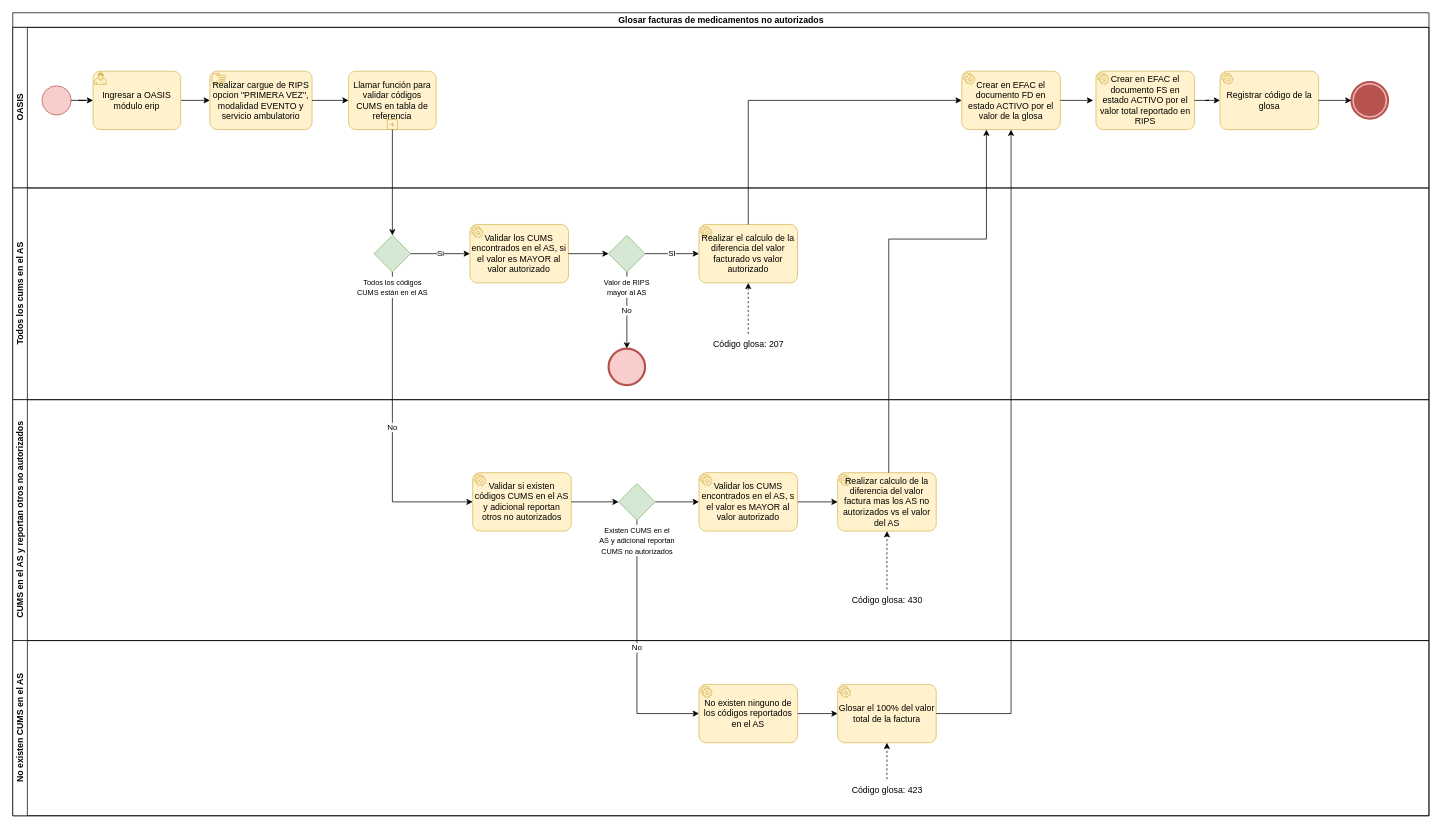
This is Rips con fecha de prestación dentro de 3 años.drawio from kevinjporto/Diagramas-de-procesos, a draw.io file, before an edit. Source tidied: cells renumbered, new cells numbered last; positions are measured from the earlier drawing's top-left corner, leaving out a move shared by most shapes. Both pictures are drawn from the tidied source at 73%, with x=0, y=0 at pixel (12, 12).
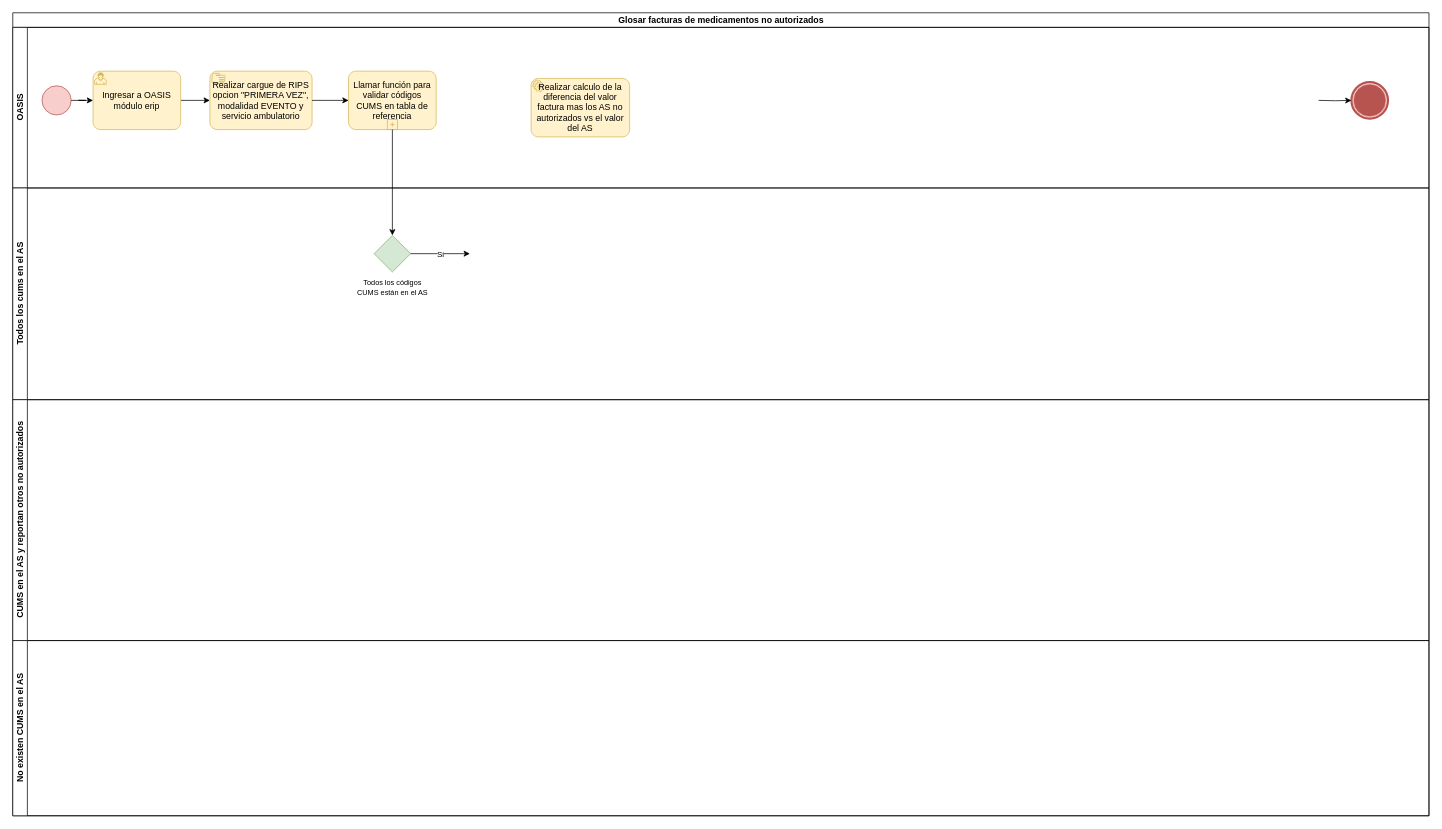
The same diagram, later.

Unchanged cells that the change refers to:
```xml
<mxCell id="2" value="Glosar facturas de medicamentos no autorizados" style="swimlane;horizontal=1;startSize=20;html=1;" parent="1" vertex="1">
  <mxGeometry width="1940" height="1100" as="geometry" />
</mxCell>
<mxCell id="5" value="OASIS" style="swimlane;startSize=20;horizontal=0;html=1;" parent="2" vertex="1">
  <mxGeometry y="20" width="1940" height="220" as="geometry" />
</mxCell>
<mxCell id="18" style="points=[[0.145,0.145,0],[0.5,0,0],[0.855,0.145,0],[1,0.5,0],[0.855,0.855,0],[0.5,1,0],[0.145,0.855,0],[0,0.5,0]];shape=mxgraph.bpmn.event;html=1;verticalLabelPosition=bottom;labelBackgroundColor=#ffffff;verticalAlign=top;align=center;perimeter=ellipsePerimeter;outlineConnect=0;outline=end;symbol=terminate;fillColor=#f8cecc;strokeColor=#b85450;" parent="5" vertex="1">
  <mxGeometry x="1833.8" y="75" width="50" height="50" as="geometry" />
</mxCell>
<mxCell id="20" value="Todos los cums en el AS" style="swimlane;startSize=20;horizontal=0;html=1;" parent="2" vertex="1">
  <mxGeometry y="240" width="1940" height="290" as="geometry" />
</mxCell>
<mxCell id="21" value="&lt;font size=&quot;1&quot;&gt;Todos los códigos&lt;br&gt;CUMS están&amp;nbsp;en el AS&lt;br&gt;&lt;/font&gt;" style="points=[[0.25,0.25,0],[0.5,0,0],[0.75,0.25,0],[1,0.5,0],[0.75,0.75,0],[0.5,1,0],[0.25,0.75,0],[0,0.5,0]];shape=mxgraph.bpmn.gateway2;html=1;verticalLabelPosition=bottom;labelBackgroundColor=#ffffff;verticalAlign=top;align=center;perimeter=rhombusPerimeter;outlineConnect=0;outline=none;symbol=none;fillColor=#d5e8d4;strokeColor=#82b366;" parent="20" vertex="1">
  <mxGeometry x="495" y="65" width="50" height="50" as="geometry" />
</mxCell>
<mxCell id="32" value="CUMS en el AS y reportan otros no autorizados" style="swimlane;startSize=20;horizontal=0;html=1;" parent="2" vertex="1">
  <mxGeometry y="530" width="1940" height="330" as="geometry" />
</mxCell>
<mxCell id="42" value="No existen CUMS en el AS" style="swimlane;startSize=20;horizontal=0;html=1;" parent="2" vertex="1">
  <mxGeometry y="860" width="1940" height="240" as="geometry" />
</mxCell>
```

What changed in the source:
```diff
@@
-    <mxCell id="3" value="No" style="edgeStyle=orthogonalEdgeStyle;rounded=0;jettySize=auto;html=1;entryX=0;entryY=0.5;entryDx=0;entryDy=0;entryPerimeter=0;" parent="2" edge="1" source="21" target="33">
-      <mxGeometry relative="1" as="geometry">
-        <Array as="points">
-          <mxPoint x="520" y="670" />
-        </Array>
-      </mxGeometry>
-    </mxCell>
-    <mxCell id="4" value="No" style="edgeStyle=orthogonalEdgeStyle;rounded=0;jettySize=auto;html=1;" parent="2" edge="1" source="35" target="44">
-      <mxGeometry relative="1" as="geometry">
-        <Array as="points">
-          <mxPoint x="855" y="960" />
-        </Array>
-      </mxGeometry>
-    </mxCell>
@@
-    <mxCell id="13" value="Crear en EFAC el documento FD en estado ACTIVO por el valor de la glosa" style="points=[[0.25,0,0],[0.5,0,0],[0.75,0,0],[1,0.25,0],[1,0.5,0],[1,0.75,0],[0.75,1,0],[0.5,1,0],[0.25,1,0],[0,0.75,0],[0,0.5,0],[0,0.25,0]];shape=mxgraph.bpmn.task;whiteSpace=wrap;rectStyle=rounded;size=10;html=1;taskMarker=service;fillColor=#fff2cc;strokeColor=#d6b656;" parent="5" vertex="1">
-      <mxGeometry x="1300" y="60" width="135" height="80" as="geometry" />
-    </mxCell>
-    <mxCell id="14" value="Crear en EFAC el documento FS en estado ACTIVO por el valor total reportado en RIPS" style="points=[[0.25,0,0],[0.5,0,0],[0.75,0,0],[1,0.25,0],[1,0.5,0],[1,0.75,0],[0.75,1,0],[0.5,1,0],[0.25,1,0],[0,0.75,0],[0,0.5,0],[0,0.25,0]];shape=mxgraph.bpmn.task;whiteSpace=wrap;rectStyle=rounded;size=10;html=1;taskMarker=service;fillColor=#fff2cc;strokeColor=#d6b656;" parent="5" vertex="1">
-      <mxGeometry x="1483.8" y="60" width="135" height="80" as="geometry" />
-    </mxCell>
-    <mxCell id="15" style="edgeStyle=orthogonalEdgeStyle;rounded=0;jettySize=auto;html=1;" parent="5" edge="1" source="13">
-      <mxGeometry relative="1" as="geometry">
-        <mxPoint x="1480" y="100" as="targetPoint" />
-      </mxGeometry>
-    </mxCell>
-    <mxCell id="16" value="Registrar código de la glosa" style="points=[[0.25,0,0],[0.5,0,0],[0.75,0,0],[1,0.25,0],[1,0.5,0],[1,0.75,0],[0.75,1,0],[0.5,1,0],[0.25,1,0],[0,0.75,0],[0,0.5,0],[0,0.25,0]];shape=mxgraph.bpmn.task;whiteSpace=wrap;rectStyle=rounded;size=10;html=1;taskMarker=service;fillColor=#fff2cc;strokeColor=#d6b656;" parent="5" vertex="1">
-      <mxGeometry x="1653.8" y="60" width="135" height="80" as="geometry" />
-    </mxCell>
-    <mxCell id="17" style="edgeStyle=orthogonalEdgeStyle;rounded=0;jettySize=auto;html=1;entryX=0;entryY=0.5;entryDx=0;entryDy=0;entryPerimeter=0;" parent="5" edge="1" source="14" target="16">
-      <mxGeometry relative="1" as="geometry" />
-    </mxCell>
@@
-    <mxCell id="19" style="edgeStyle=orthogonalEdgeStyle;rounded=0;jettySize=auto;html=1;" parent="5" edge="1" source="16" target="18">
-      <mxGeometry relative="1" as="geometry" />
+    <mxCell id="19" style="edgeStyle=orthogonalEdgeStyle;rounded=0;jettySize=auto;html=1;" parent="5" edge="1" target="18">
+      <mxGeometry relative="1" as="geometry">
+        <mxPoint x="1788.8" y="100" as="sourcePoint" />
+      </mxGeometry>
     </mxCell>
+    <mxCell id="39" value="Realizar calculo de la diferencia del valor factura mas los AS no autorizados vs el valor del AS" style="points=[[0.25,0,0],[0.5,0,0],[0.75,0,0],[1,0.25,0],[1,0.5,0],[1,0.75,0],[0.75,1,0],[0.5,1,0],[0.25,1,0],[0,0.75,0],[0,0.5,0],[0,0.25,0]];shape=mxgraph.bpmn.task;whiteSpace=wrap;rectStyle=rounded;size=10;html=1;taskMarker=service;fillColor=#fff2cc;strokeColor=#d6b656;" parent="5" vertex="1">
+      <mxGeometry x="710" y="70" width="135" height="80" as="geometry" />
+    </mxCell>
@@
-    <mxCell id="22" value="Validar los CUMS encontrados en el AS, si el valor es MAYOR al valor autorizado" style="points=[[0.25,0,0],[0.5,0,0],[0.75,0,0],[1,0.25,0],[1,0.5,0],[1,0.75,0],[0.75,1,0],[0.5,1,0],[0.25,1,0],[0,0.75,0],[0,0.5,0],[0,0.25,0]];shape=mxgraph.bpmn.task;whiteSpace=wrap;rectStyle=rounded;size=10;html=1;taskMarker=service;fillColor=#fff2cc;strokeColor=#d6b656;" parent="20" vertex="1">
-      <mxGeometry x="626.2" y="50" width="135" height="80" as="geometry" />
-    </mxCell>
-    <mxCell id="23" value="Si" style="edgeStyle=orthogonalEdgeStyle;rounded=0;jettySize=auto;html=1;entryX=0;entryY=0.5;entryDx=0;entryDy=0;entryPerimeter=0;" parent="20" edge="1" source="21" target="22">
-      <mxGeometry relative="1" as="geometry" />
+    <mxCell id="23" value="Si" style="edgeStyle=orthogonalEdgeStyle;rounded=0;jettySize=auto;html=1;entryX=0;entryY=0.5;entryDx=0;entryDy=0;entryPerimeter=0;" parent="20" edge="1" source="21">
+      <mxGeometry relative="1" as="geometry">
+        <mxPoint x="626.2" y="90" as="targetPoint" />
+      </mxGeometry>
     </mxCell>
-    <mxCell id="24" value="No" style="edgeStyle=orthogonalEdgeStyle;rounded=0;jettySize=auto;html=1;entryX=0.5;entryY=0;entryDx=0;entryDy=0;entryPerimeter=0;" parent="20" edge="1" source="25" target="29">
-      <mxGeometry relative="1" as="geometry" />
-    </mxCell>
-    <mxCell id="25" value="&lt;font size=&quot;1&quot;&gt;Valor de RIPS &lt;br&gt;mayor al AS&lt;br&gt;&lt;/font&gt;" style="points=[[0.25,0.25,0],[0.5,0,0],[0.75,0.25,0],[1,0.5,0],[0.75,0.75,0],[0.5,1,0],[0.25,0.75,0],[0,0.5,0]];shape=mxgraph.bpmn.gateway2;html=1;verticalLabelPosition=bottom;labelBackgroundColor=#ffffff;verticalAlign=top;align=center;perimeter=rhombusPerimeter;outlineConnect=0;outline=none;symbol=none;fillColor=#d5e8d4;strokeColor=#82b366;" parent="20" vertex="1">
-      <mxGeometry x="816.2" y="65" width="50" height="50" as="geometry" />
-    </mxCell>
-    <mxCell id="26" style="edgeStyle=orthogonalEdgeStyle;rounded=0;jettySize=auto;html=1;" parent="20" edge="1" source="22" target="25">
-      <mxGeometry relative="1" as="geometry" />
-    </mxCell>
-    <mxCell id="27" value="Realizar el calculo de la diferencia del valor facturado vs valor autorizado" style="points=[[0.25,0,0],[0.5,0,0],[0.75,0,0],[1,0.25,0],[1,0.5,0],[1,0.75,0],[0.75,1,0],[0.5,1,0],[0.25,1,0],[0,0.75,0],[0,0.5,0],[0,0.25,0]];shape=mxgraph.bpmn.task;whiteSpace=wrap;rectStyle=rounded;size=10;html=1;taskMarker=service;fillColor=#fff2cc;strokeColor=#d6b656;" parent="20" vertex="1">
-      <mxGeometry x="940" y="50" width="135" height="80" as="geometry" />
-    </mxCell>
-    <mxCell id="28" value="SI" style="edgeStyle=orthogonalEdgeStyle;rounded=0;jettySize=auto;html=1;" parent="20" edge="1" source="25" target="27">
-      <mxGeometry relative="1" as="geometry" />
-    </mxCell>
-    <mxCell id="29" style="points=[[0.145,0.145,0],[0.5,0,0],[0.855,0.145,0],[1,0.5,0],[0.855,0.855,0],[0.5,1,0],[0.145,0.855,0],[0,0.5,0]];shape=mxgraph.bpmn.event;html=1;verticalLabelPosition=bottom;labelBackgroundColor=#ffffff;verticalAlign=top;align=center;perimeter=ellipsePerimeter;outlineConnect=0;outline=end;symbol=terminate2;fillColor=#f8cecc;strokeColor=#b85450;" parent="20" vertex="1">
-      <mxGeometry x="816.2" y="220" width="50" height="50" as="geometry" />
-    </mxCell>
-    <mxCell id="30" style="edgeStyle=orthogonalEdgeStyle;rounded=0;jettySize=auto;html=1;dashed=1;" parent="20" edge="1" source="31" target="27">
-      <mxGeometry relative="1" as="geometry" />
-    </mxCell>
-    <mxCell id="31" value="Código glosa: 207" style="text;html=1;strokeColor=none;fillColor=none;align=center;verticalAlign=middle;whiteSpace=wrap;rounded=0;" parent="20" vertex="1">
-      <mxGeometry x="952.5" y="200" width="110" height="30" as="geometry" />
-    </mxCell>
@@
-    <mxCell id="33" value="Validar si existen códigos CUMS en el AS y adicional reportan otros no autorizados" style="points=[[0.25,0,0],[0.5,0,0],[0.75,0,0],[1,0.25,0],[1,0.5,0],[1,0.75,0],[0.75,1,0],[0.5,1,0],[0.25,1,0],[0,0.75,0],[0,0.5,0],[0,0.25,0]];shape=mxgraph.bpmn.task;whiteSpace=wrap;rectStyle=rounded;size=10;html=1;taskMarker=service;fillColor=#fff2cc;strokeColor=#d6b656;" parent="32" vertex="1">
-      <mxGeometry x="630" y="100" width="135" height="80" as="geometry" />
-    </mxCell>
-    <mxCell id="34" style="edgeStyle=orthogonalEdgeStyle;rounded=0;jettySize=auto;html=1;" parent="32" edge="1" source="35" target="38">
-      <mxGeometry relative="1" as="geometry" />
-    </mxCell>
-    <mxCell id="35" value="&lt;font size=&quot;1&quot;&gt;Existen CUMS en el&lt;br&gt;AS y adicional reportan&lt;br&gt;CUMS no autorizados&lt;br&gt;&lt;/font&gt;" style="points=[[0.25,0.25,0],[0.5,0,0],[0.75,0.25,0],[1,0.5,0],[0.75,0.75,0],[0.5,1,0],[0.25,0.75,0],[0,0.5,0]];shape=mxgraph.bpmn.gateway2;html=1;verticalLabelPosition=bottom;labelBackgroundColor=#ffffff;verticalAlign=top;align=center;perimeter=rhombusPerimeter;outlineConnect=0;outline=none;symbol=none;fillColor=#d5e8d4;strokeColor=#82b366;" parent="32" vertex="1">
-      <mxGeometry x="830" y="115" width="50" height="50" as="geometry" />
-    </mxCell>
-    <mxCell id="36" style="edgeStyle=orthogonalEdgeStyle;rounded=0;jettySize=auto;html=1;entryX=0;entryY=0.5;entryDx=0;entryDy=0;entryPerimeter=0;" parent="32" edge="1" source="33" target="35">
-      <mxGeometry relative="1" as="geometry" />
-    </mxCell>
-    <mxCell id="37" style="edgeStyle=orthogonalEdgeStyle;rounded=0;jettySize=auto;html=1;" parent="32" edge="1" source="38" target="39">
-      <mxGeometry relative="1" as="geometry" />
-    </mxCell>
-    <mxCell id="38" value="Validar los CUMS encontrados en el AS, s el valor es MAYOR al valor autorizado" style="points=[[0.25,0,0],[0.5,0,0],[0.75,0,0],[1,0.25,0],[1,0.5,0],[1,0.75,0],[0.75,1,0],[0.5,1,0],[0.25,1,0],[0,0.75,0],[0,0.5,0],[0,0.25,0]];shape=mxgraph.bpmn.task;whiteSpace=wrap;rectStyle=rounded;size=10;html=1;taskMarker=service;fillColor=#fff2cc;strokeColor=#d6b656;" parent="32" vertex="1">
-      <mxGeometry x="940" y="100" width="135" height="80" as="geometry" />
-    </mxCell>
-    <mxCell id="39" value="Realizar calculo de la diferencia del valor factura mas los AS no autorizados vs el valor del AS" style="points=[[0.25,0,0],[0.5,0,0],[0.75,0,0],[1,0.25,0],[1,0.5,0],[1,0.75,0],[0.75,1,0],[0.5,1,0],[0.25,1,0],[0,0.75,0],[0,0.5,0],[0,0.25,0]];shape=mxgraph.bpmn.task;whiteSpace=wrap;rectStyle=rounded;size=10;html=1;taskMarker=service;fillColor=#fff2cc;strokeColor=#d6b656;" parent="32" vertex="1">
-      <mxGeometry x="1130" y="100" width="135" height="80" as="geometry" />
-    </mxCell>
-    <mxCell id="40" style="edgeStyle=orthogonalEdgeStyle;rounded=0;jettySize=auto;html=1;dashed=1;" parent="32" edge="1" source="41" target="39">
-      <mxGeometry relative="1" as="geometry" />
-    </mxCell>
-    <mxCell id="41" value="Código glosa: 430" style="text;html=1;strokeColor=none;fillColor=none;align=center;verticalAlign=middle;whiteSpace=wrap;rounded=0;" parent="32" vertex="1">
-      <mxGeometry x="1142.5" y="260" width="110" height="30" as="geometry" />
-    </mxCell>
@@
-    <mxCell id="43" style="edgeStyle=orthogonalEdgeStyle;rounded=0;jettySize=auto;html=1;" parent="42" edge="1" source="44" target="45">
-      <mxGeometry relative="1" as="geometry" />
-    </mxCell>
-    <mxCell id="44" value="No existen ninguno de los códigos reportados en el AS" style="points=[[0.25,0,0],[0.5,0,0],[0.75,0,0],[1,0.25,0],[1,0.5,0],[1,0.75,0],[0.75,1,0],[0.5,1,0],[0.25,1,0],[0,0.75,0],[0,0.5,0],[0,0.25,0]];shape=mxgraph.bpmn.task;whiteSpace=wrap;rectStyle=rounded;size=10;html=1;taskMarker=service;fillColor=#fff2cc;strokeColor=#d6b656;" parent="42" vertex="1">
-      <mxGeometry x="940" y="60" width="135" height="80" as="geometry" />
-    </mxCell>
-    <mxCell id="45" value="Glosar el 100% del valor total de la factura" style="points=[[0.25,0,0],[0.5,0,0],[0.75,0,0],[1,0.25,0],[1,0.5,0],[1,0.75,0],[0.75,1,0],[0.5,1,0],[0.25,1,0],[0,0.75,0],[0,0.5,0],[0,0.25,0]];shape=mxgraph.bpmn.task;whiteSpace=wrap;rectStyle=rounded;size=10;html=1;taskMarker=service;fillColor=#fff2cc;strokeColor=#d6b656;" parent="42" vertex="1">
-      <mxGeometry x="1130" y="60" width="135" height="80" as="geometry" />
-    </mxCell>
-    <mxCell id="46" style="edgeStyle=orthogonalEdgeStyle;rounded=0;jettySize=auto;html=1;dashed=1;" parent="42" edge="1" source="47" target="45">
-      <mxGeometry relative="1" as="geometry" />
-    </mxCell>
-    <mxCell id="47" value="Código glosa: 423" style="text;html=1;strokeColor=none;fillColor=none;align=center;verticalAlign=middle;whiteSpace=wrap;rounded=0;" parent="42" vertex="1">
-      <mxGeometry x="1142.5" y="190" width="110" height="30" as="geometry" />
-    </mxCell>
@@
-    <mxCell id="49" style="edgeStyle=orthogonalEdgeStyle;rounded=0;jettySize=auto;html=1;entryX=0;entryY=0.5;entryDx=0;entryDy=0;entryPerimeter=0;exitX=0.5;exitY=0;exitDx=0;exitDy=0;exitPerimeter=0;" parent="2" edge="1" source="27" target="13">
-      <mxGeometry relative="1" as="geometry">
-        <Array as="points">
-          <mxPoint x="1008" y="120" />
-        </Array>
-      </mxGeometry>
-    </mxCell>
-    <mxCell id="50" style="edgeStyle=orthogonalEdgeStyle;rounded=0;jettySize=auto;html=1;entryX=0.25;entryY=1;entryDx=0;entryDy=0;entryPerimeter=0;" parent="2" edge="1" source="39" target="13">
-      <mxGeometry relative="1" as="geometry">
-        <Array as="points">
-          <mxPoint x="1200" y="310" />
-          <mxPoint x="1334" y="310" />
-        </Array>
-      </mxGeometry>
-    </mxCell>
-    <mxCell id="51" style="edgeStyle=orthogonalEdgeStyle;rounded=0;jettySize=auto;html=1;entryX=0.5;entryY=1;entryDx=0;entryDy=0;entryPerimeter=0;" parent="2" edge="1" source="45" target="13">
-      <mxGeometry relative="1" as="geometry" />
-    </mxCell>
```
